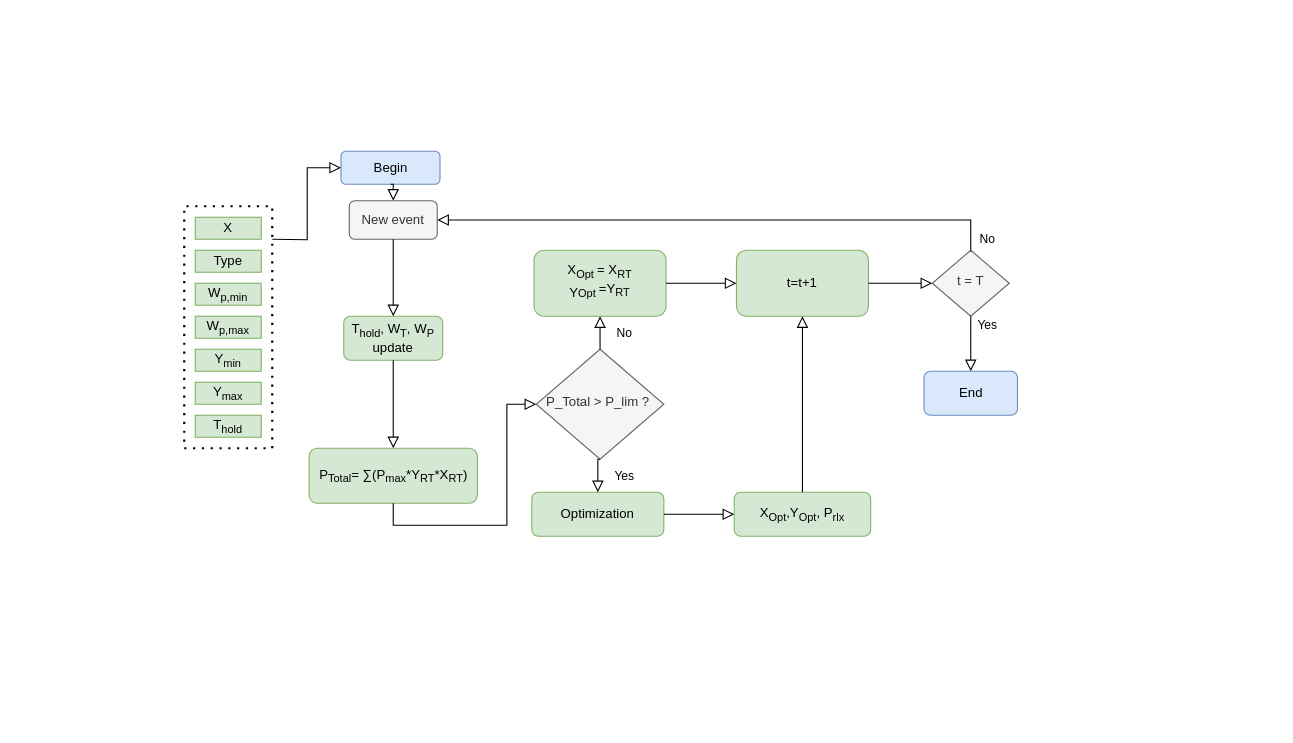
Earlier version of the draw.io diagram Alg_RT.drawio (luistmartins/thesis_ik). Source tidied: cells renumbered, new cells numbered last; positions are measured from the earlier drawing's top-left corner, leaving out a move shared by most shapes. Both pictures are drawn from the tidied source at 110%, with x=0, y=0 at pixel (184, 151).
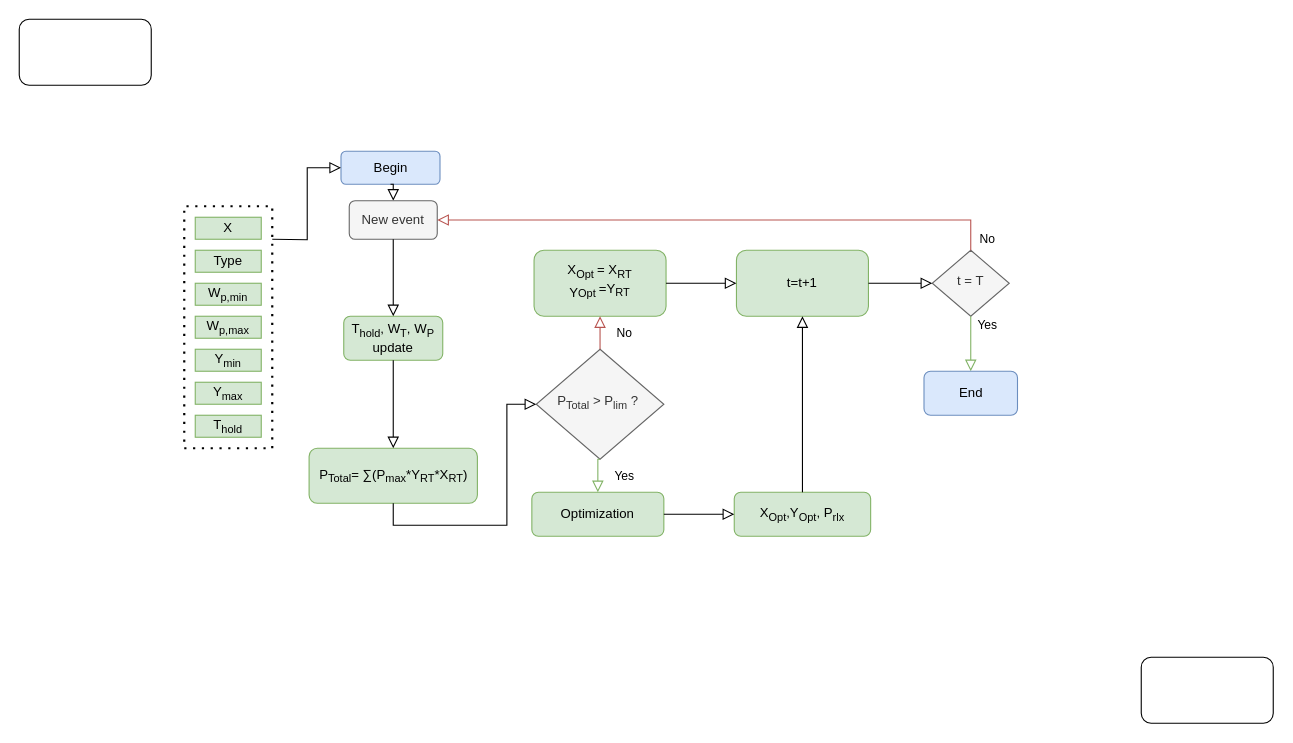
The same page after the edit.

The change refers to these unchanged cells:
```xml
<mxCell id="3" value="Optimization" style="rounded=1;whiteSpace=wrap;html=1;fontSize=12;glass=0;strokeWidth=1;shadow=0;fillColor=#d5e8d4;strokeColor=#82b366;" parent="1" vertex="1">
  <mxGeometry x="316" y="310" width="120" height="40" as="geometry" />
</mxCell>
<mxCell id="17" value="&lt;div style=&quot;&quot;&gt;New event&lt;/div&gt;" style="rounded=1;whiteSpace=wrap;html=1;fontSize=12;glass=0;strokeWidth=1;shadow=0;align=center;fillColor=#f5f5f5;fontColor=#333333;strokeColor=#666666;" parent="1" vertex="1">
  <mxGeometry x="150" y="45" width="80" height="35" as="geometry" />
</mxCell>
<mxCell id="21" value="&lt;span style=&quot;text-align: left;&quot;&gt;X&lt;/span&gt;&lt;sub style=&quot;text-align: left;&quot;&gt;Opt&amp;nbsp;&lt;/sub&gt;= X&lt;sub&gt;RT&lt;/sub&gt;&lt;br&gt;&lt;div&gt;&lt;sub style=&quot;background-color: transparent; color: light-dark(rgb(0, 0, 0), rgb(255, 255, 255)); text-align: left;&quot;&gt;&lt;span style=&quot;font-size: 12px;&quot;&gt;Y&lt;/span&gt;Opt&amp;nbsp;&lt;/sub&gt;=Y&lt;sub&gt;RT&lt;/sub&gt;&lt;/div&gt;" style="rounded=1;whiteSpace=wrap;html=1;shadow=0;strokeWidth=1;spacing=6;spacingTop=-4;fillColor=#d5e8d4;strokeColor=#82b366;" parent="1" vertex="1">
  <mxGeometry x="318" y="90" width="120" height="60" as="geometry" />
</mxCell>
<mxCell id="28" value="t = T" style="rhombus;whiteSpace=wrap;html=1;shadow=0;fontFamily=Helvetica;fontSize=12;align=center;strokeWidth=1;spacing=6;spacingTop=-4;fillColor=#f5f5f5;fontColor=#333333;strokeColor=#666666;" parent="1" vertex="1">
  <mxGeometry x="680" y="90" width="70" height="60" as="geometry" />
</mxCell>
<mxCell id="32" value="End" style="rounded=1;whiteSpace=wrap;html=1;fillColor=#dae8fc;strokeColor=#6c8ebf;" parent="1" vertex="1">
  <mxGeometry x="672.5" y="200" width="85" height="40" as="geometry" />
</mxCell>
```

Diff of the diagram source:
```diff
@@
-    <mxCell id="2" value="P_Total &amp;gt; P_lim ?&amp;nbsp;" style="rhombus;whiteSpace=wrap;html=1;shadow=0;fontFamily=Helvetica;fontSize=12;align=center;strokeWidth=1;spacing=6;spacingTop=-4;fillColor=#f5f5f5;fontColor=#333333;strokeColor=#666666;" parent="1" vertex="1">
+    <mxCell id="2" value="P&lt;sub&gt;Total&lt;/sub&gt; &amp;gt; P&lt;sub&gt;lim&lt;/sub&gt; ?&amp;nbsp;" style="rhombus;whiteSpace=wrap;html=1;shadow=0;fontFamily=Helvetica;fontSize=12;align=center;strokeWidth=1;spacing=6;spacingTop=-4;fillColor=#f5f5f5;fontColor=#333333;strokeColor=#666666;" parent="1" vertex="1">
       <mxGeometry x="320" y="180" width="116" height="100" as="geometry" />
     </mxCell>
@@
-    <mxCell id="19" value="Yes" style="rounded=0;html=1;jettySize=auto;fontSize=11;endArrow=block;endFill=0;endSize=8;strokeWidth=1;shadow=0;labelBackgroundColor=none;edgeStyle=orthogonalEdgeStyle;exitX=0.5;exitY=1;exitDx=0;exitDy=0;entryX=0.5;entryY=0;entryDx=0;entryDy=0;" parent="1" edge="1" source="2" target="3">
+    <mxCell id="19" value="Yes" style="rounded=0;html=1;jettySize=auto;fontSize=11;endArrow=block;endFill=0;endSize=8;strokeWidth=1;shadow=0;labelBackgroundColor=none;edgeStyle=orthogonalEdgeStyle;exitX=0.5;exitY=1;exitDx=0;exitDy=0;entryX=0.5;entryY=0;entryDx=0;entryDy=0;fillColor=#d5e8d4;strokeColor=#82b366;" parent="1" edge="1" source="2" target="3">
       <mxGeometry x="0.09" y="24" relative="1" as="geometry" />
     </mxCell>
@@
-    <mxCell id="22" value="No" style="rounded=0;html=1;jettySize=auto;fontSize=11;endArrow=block;endFill=0;endSize=8;strokeWidth=1;shadow=0;labelBackgroundColor=none;edgeStyle=orthogonalEdgeStyle;exitX=0.5;exitY=0;exitDx=0;exitDy=0;entryX=0.5;entryY=1;entryDx=0;entryDy=0;" parent="1" edge="1" source="2" target="21">
+    <mxCell id="22" value="No" style="rounded=0;html=1;jettySize=auto;fontSize=11;endArrow=block;endFill=0;endSize=8;strokeWidth=1;shadow=0;labelBackgroundColor=none;edgeStyle=orthogonalEdgeStyle;exitX=0.5;exitY=0;exitDx=0;exitDy=0;entryX=0.5;entryY=1;entryDx=0;entryDy=0;fillColor=#f8cecc;strokeColor=#b85450;" parent="1" edge="1" source="2" target="21">
       <mxGeometry y="-22" relative="1" as="geometry" />
     </mxCell>
@@
-    <mxCell id="30" value="No" style="rounded=0;html=1;jettySize=auto;fontSize=11;endArrow=block;endFill=0;endSize=8;strokeWidth=1;shadow=0;labelBackgroundColor=none;edgeStyle=orthogonalEdgeStyle;exitX=0.5;exitY=0;exitDx=0;exitDy=0;entryX=1;entryY=0.5;entryDx=0;entryDy=0;" parent="1" edge="1" source="28" target="17">
+    <mxCell id="30" value="No" style="rounded=0;html=1;jettySize=auto;fontSize=11;endArrow=block;endFill=0;endSize=8;strokeWidth=1;shadow=0;labelBackgroundColor=none;edgeStyle=orthogonalEdgeStyle;exitX=0.5;exitY=0;exitDx=0;exitDy=0;entryX=1;entryY=0.5;entryDx=0;entryDy=0;fillColor=#f8cecc;strokeColor=#b85450;" parent="1" edge="1" source="28" target="17">
       <mxGeometry x="-0.96" y="-15" relative="1" as="geometry" />
     </mxCell>
-    <mxCell id="31" value="Yes" style="rounded=0;html=1;jettySize=auto;fontSize=11;endArrow=block;endFill=0;endSize=8;strokeWidth=1;shadow=0;labelBackgroundColor=none;edgeStyle=orthogonalEdgeStyle;exitX=0.5;exitY=1;exitDx=0;exitDy=0;entryX=0.5;entryY=0;entryDx=0;entryDy=0;" parent="1" edge="1" source="28" target="32">
+    <mxCell id="31" value="Yes" style="rounded=0;html=1;jettySize=auto;fontSize=11;endArrow=block;endFill=0;endSize=8;strokeWidth=1;shadow=0;labelBackgroundColor=none;edgeStyle=orthogonalEdgeStyle;exitX=0.5;exitY=1;exitDx=0;exitDy=0;entryX=0.5;entryY=0;entryDx=0;entryDy=0;fillColor=#d5e8d4;strokeColor=#82b366;" parent="1" edge="1" source="28" target="32">
       <mxGeometry x="-0.67" y="15" relative="1" as="geometry" />
     </mxCell>
@@
+    <mxCell id="34" style="rounded=1;whiteSpace=wrap;html=1;" parent="1" vertex="1">
+      <mxGeometry x="-150" y="-120" width="120" height="60" as="geometry" />
+    </mxCell>
+    <mxCell id="35" style="rounded=1;whiteSpace=wrap;html=1;" parent="1" vertex="1">
+      <mxGeometry x="870" y="460" width="120" height="60" as="geometry" />
+    </mxCell>
```
